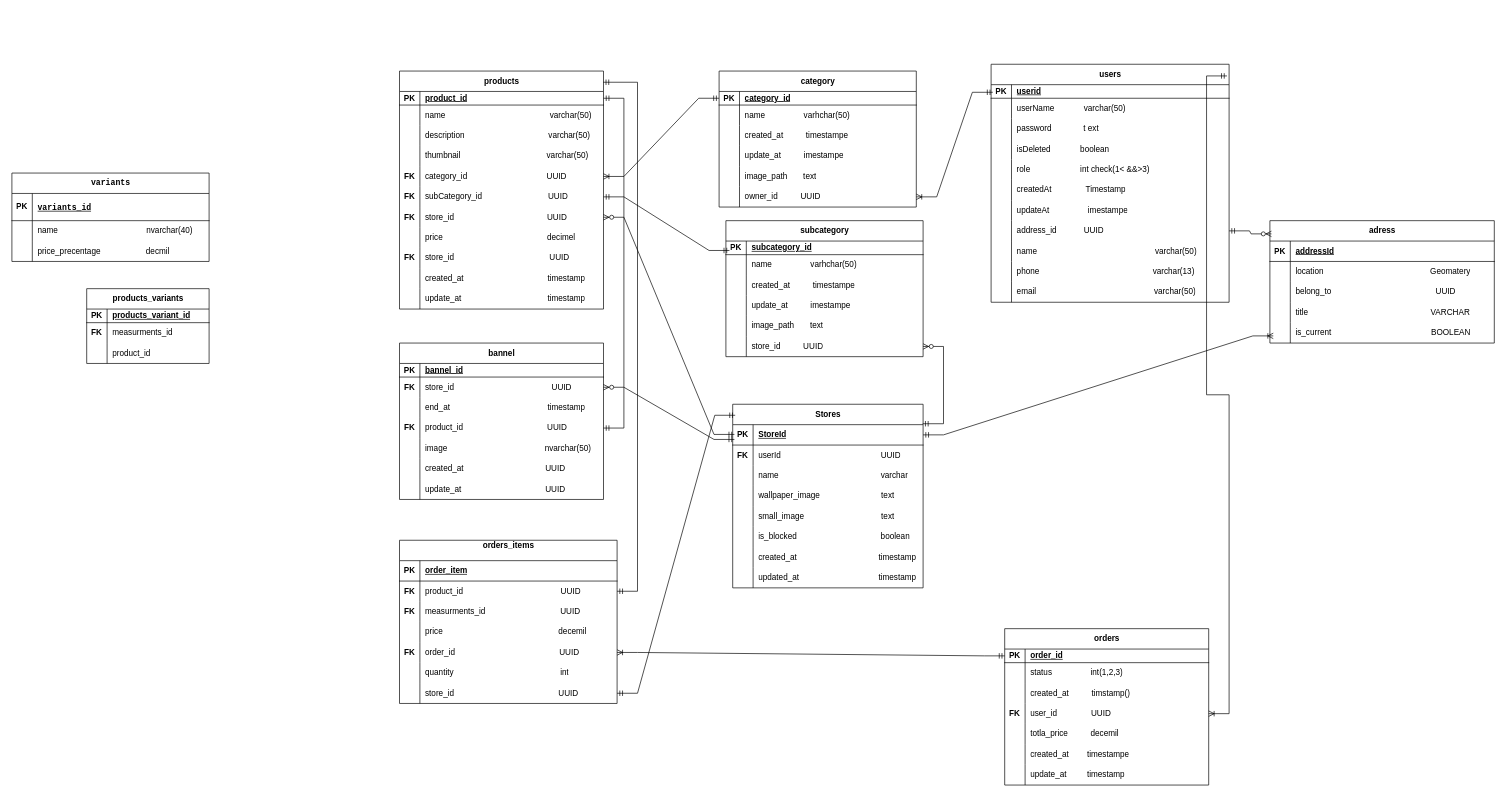
Before: ecommerce.drawio in Abdullah2100/ecommerce_full_stack, a draw.io diagram. Source tidied: cells renumbered, new cells numbered last; positions are measured from the earlier drawing's top-left corner, leaving out a move shared by most shapes. Both pictures are drawn from the tidied source at 68%, with x=0, y=0 at pixel (12, 64).
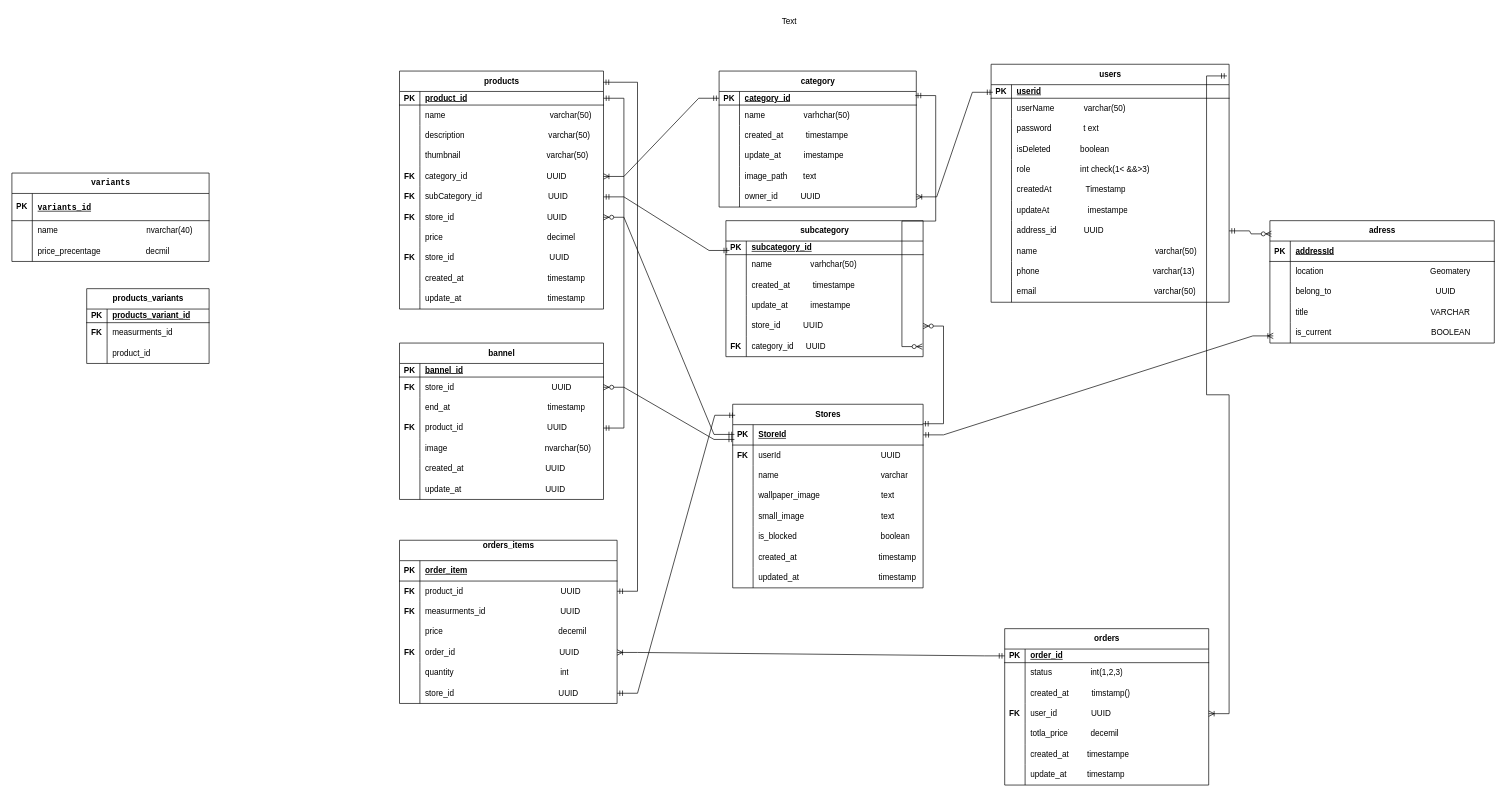
The same diagram, later.

The change refers to these unchanged cells:
```xml
<mxCell id="157" style="shape=tableRow;horizontal=0;startSize=0;swimlaneHead=0;swimlaneBody=0;fillColor=none;points=[[0,0.5],[1,0.5]];portConstraint=eastwest;top=0;left=0;right=0;bottom=1;" parent="156" vertex="1">
  <mxGeometry y="30" width="290" height="20" as="geometry" />
</mxCell>
<mxCell id="221" value="subcategory" style="shape=table;startSize=30;childLayout=tableLayout;rowLines=0;fontStyle=1;align=center;html=1;" parent="1" vertex="1">
  <mxGeometry x="1050" y="230" width="290" height="200" as="geometry" />
</mxCell>
```

Diff of the diagram source:
```diff
@@
-    <mxCell id="234" style="shape=tableRow;horizontal=0;startSize=0;swimlaneHead=0;swimlaneBody=0;fillColor=none;top=0;left=0;right=0;bottom=0;" parent="221" vertex="1">
-      <mxGeometry y="140" width="290" height="30" as="geometry" />
-    </mxCell>
-    <mxCell id="235" style="shape=partialRectangle;fillColor=none;top=0;left=0;bottom=0;right=0;overflow=hidden;whiteSpace=wrap;html=1;" parent="234" vertex="1">
-      <mxGeometry width="30" height="30" as="geometry" />
-    </mxCell>
-    <mxCell id="236" value="image_path&amp;nbsp; &amp;nbsp; &amp;nbsp; &amp;nbsp;text" style="shape=partialRectangle;fillColor=none;top=0;left=0;bottom=0;right=0;align=left;spacingLeft=6;overflow=hidden;whiteSpace=wrap;html=1;" parent="234" vertex="1">
-      <mxGeometry x="30" width="260" height="30" as="geometry" />
-    </mxCell>
     <mxCell id="237" style="shape=tableRow;horizontal=0;startSize=0;swimlaneHead=0;swimlaneBody=0;fillColor=none;points=[[0,0.5],[1,0.5]];portConstraint=eastwest;top=0;left=0;right=0;bottom=0;" parent="221" vertex="1">
-      <mxGeometry y="170" width="290" height="30" as="geometry" />
+      <mxGeometry y="140" width="290" height="30" as="geometry" />
     </mxCell>
@@
+    <mxCell id="248" style="shape=tableRow;horizontal=0;startSize=0;swimlaneHead=0;swimlaneBody=0;fillColor=none;points=[[0,0.5],[1,0.5]];portConstraint=eastwest;top=0;left=0;right=0;bottom=0;" parent="221" vertex="1">
+      <mxGeometry y="170" width="290" height="30" as="geometry" />
+    </mxCell>
+    <mxCell id="249" value="&lt;b&gt;FK&lt;/b&gt;" style="shape=partialRectangle;fillColor=none;top=0;left=0;bottom=0;right=0;overflow=hidden;whiteSpace=wrap;html=1;" parent="248" vertex="1">
+      <mxGeometry width="30" height="30" as="geometry" />
+    </mxCell>
+    <mxCell id="250" value="category_id&lt;span style=&quot;white-space: pre;&quot;&gt;&#9;&lt;/span&gt;UUID" style="shape=partialRectangle;fillColor=none;top=0;left=0;bottom=0;right=0;align=left;spacingLeft=6;overflow=hidden;whiteSpace=wrap;html=1;" parent="248" vertex="1">
+      <mxGeometry x="30" width="260" height="30" as="geometry" />
+    </mxCell>
@@
+    <mxCell id="251" value="Text" style="text;html=1;align=center;verticalAlign=middle;" parent="1" vertex="1">
+      <mxGeometry x="1118" y="-77" width="50" height="30" as="geometry" />
+    </mxCell>
+    <mxCell id="252" style="edgeStyle=entityRelationEdgeStyle;fontSize=12;html=1;endArrow=ERzeroToMany;startArrow=ERmandOne;rounded=0;entryX=0.996;entryY=0.506;entryDx=0;entryDy=0;entryPerimeter=0;exitX=0.995;exitY=0.302;exitDx=0;exitDy=0;exitPerimeter=0;" parent="1" edge="1" source="157" target="248">
+      <mxGeometry relative="1" as="geometry" />
+    </mxCell>
```
